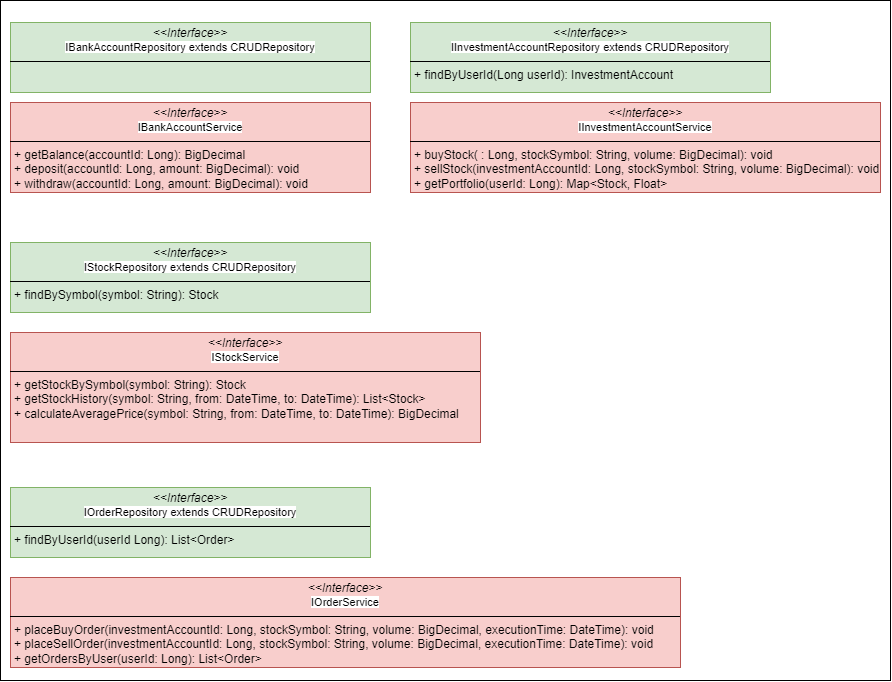
Earlier version of the draw.io export doc/diagrams/STACS_Finance_Interfaces.png (djthomann/FinancePepjekt). Source tidied: cells renumbered, new cells last; positions are measured from the earlier drawing's top-left corner, leaving out a move shared by most shapes.
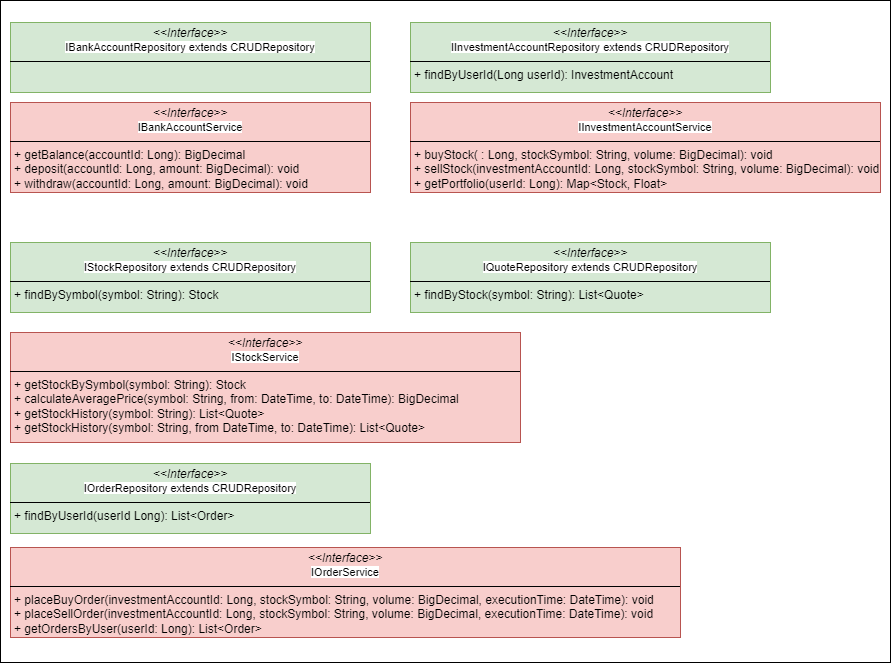
Above is the later version.

Commit message:
UPDATE: Add IQuoteRepository and StockHistory functions to IStockService

Diff of the diagram source:
```diff
@@ -3,7 +3,7 @@
     <mxCell id="0" />
     <mxCell id="1" parent="0" />
     <mxCell id="2" style="rounded=0;whiteSpace=wrap;html=1;" parent="1" vertex="1">
-      <mxGeometry width="890" height="680" as="geometry" />
+      <mxGeometry width="890" height="662" as="geometry" />
     </mxCell>
     <mxCell id="3" value="&lt;p style=&quot;margin:0px;margin-top:4px;text-align:center;&quot;&gt;&lt;i&gt;&amp;lt;&amp;lt;Interface&amp;gt;&amp;gt;&lt;/i&gt;&lt;br&gt;&lt;span style=&quot;font-size: 11px; text-wrap-mode: nowrap; background-color: rgb(255, 255, 255);&quot;&gt;IBankAccountRepository extends CRUDRepository&lt;/span&gt;&lt;/p&gt;&lt;hr size=&quot;1&quot; style=&quot;border-style:solid;&quot;&gt;&lt;p style=&quot;margin:0px;margin-left:4px;&quot;&gt;&lt;br&gt;&lt;/p&gt;" style="verticalAlign=top;align=left;overflow=fill;html=1;whiteSpace=wrap;fillColor=#d5e8d4;strokeColor=#82b366;" parent="1" vertex="1">
       <mxGeometry x="10" y="22" width="360" height="70" as="geometry" />
@@ -14,8 +14,8 @@
     <mxCell id="5" value="&lt;p style=&quot;margin:0px;margin-top:4px;text-align:center;&quot;&gt;&lt;i&gt;&amp;lt;&amp;lt;Interface&amp;gt;&amp;gt;&lt;/i&gt;&lt;br&gt;&lt;span style=&quot;font-size: 11px; text-wrap-mode: nowrap; background-color: rgb(255, 255, 255);&quot;&gt;IStockRepository extends CRUDRepository&lt;/span&gt;&lt;/p&gt;&lt;hr size=&quot;1&quot; style=&quot;border-style:solid;&quot;&gt;&lt;p style=&quot;margin:0px;margin-left:4px;&quot;&gt;+ findBySymbol(symbol: String): Stock&lt;/p&gt;" style="verticalAlign=top;align=left;overflow=fill;html=1;whiteSpace=wrap;fillColor=#d5e8d4;strokeColor=#82b366;" parent="1" vertex="1">
       <mxGeometry x="10" y="242" width="360" height="70" as="geometry" />
     </mxCell>
-    <mxCell id="6" value="&lt;p style=&quot;margin:0px;margin-top:4px;text-align:center;&quot;&gt;&lt;i&gt;&amp;lt;&amp;lt;Interface&amp;gt;&amp;gt;&lt;/i&gt;&lt;br&gt;&lt;span style=&quot;font-size: 11px; text-wrap-mode: nowrap; background-color: rgb(255, 255, 255);&quot;&gt;IStockService&lt;/span&gt;&lt;/p&gt;&lt;hr size=&quot;1&quot; style=&quot;border-style:solid;&quot;&gt;&lt;p style=&quot;margin:0px;margin-left:4px;&quot;&gt;+ getStockBySymbol(symbol: String): Stock&lt;/p&gt;&lt;p style=&quot;margin:0px;margin-left:4px;&quot;&gt;+ getStockHistory(symbol: String, from: DateTime, to: DateTime): List&amp;lt;Stock&amp;gt;&lt;/p&gt;&lt;p style=&quot;margin:0px;margin-left:4px;&quot;&gt;+ calculateAveragePrice(symbol: String,&amp;nbsp;&lt;span style=&quot;background-color: initial;&quot;&gt;from: DateTime, to: DateTime): BigDecimal&lt;/span&gt;&lt;/p&gt;" style="verticalAlign=top;align=left;overflow=fill;html=1;whiteSpace=wrap;fillColor=#f8cecc;strokeColor=#b85450;" parent="1" vertex="1">
-      <mxGeometry x="10" y="332" width="470" height="110" as="geometry" />
+    <mxCell id="6" value="&lt;p style=&quot;margin:0px;margin-top:4px;text-align:center;&quot;&gt;&lt;i&gt;&amp;lt;&amp;lt;Interface&amp;gt;&amp;gt;&lt;/i&gt;&lt;br&gt;&lt;span style=&quot;font-size: 11px; text-wrap-mode: nowrap; background-color: rgb(255, 255, 255);&quot;&gt;IStockService&lt;/span&gt;&lt;/p&gt;&lt;hr size=&quot;1&quot; style=&quot;border-style:solid;&quot;&gt;&lt;p style=&quot;margin:0px;margin-left:4px;&quot;&gt;+ getStockBySymbol(symbol: String): Stock&lt;/p&gt;&lt;p style=&quot;margin:0px;margin-left:4px;&quot;&gt;+ calculateAveragePrice(symbol: String,&amp;nbsp;&lt;span style=&quot;background-color: initial;&quot;&gt;from: DateTime, to: DateTime): BigDecimal&lt;/span&gt;&lt;/p&gt;&lt;p style=&quot;margin:0px;margin-left:4px;&quot;&gt;&lt;span style=&quot;background-color: initial;&quot;&gt;+ getStockHistory(symbol: String): List&amp;lt;Quote&amp;gt;&lt;/span&gt;&lt;/p&gt;&lt;p style=&quot;margin:0px;margin-left:4px;&quot;&gt;&lt;span style=&quot;background-color: initial;&quot;&gt;+ getStockHistory(symbol: String, from DateTime, to: DateTime): List&amp;lt;Quote&amp;gt;&lt;/span&gt;&lt;/p&gt;" style="verticalAlign=top;align=left;overflow=fill;html=1;whiteSpace=wrap;fillColor=#f8cecc;strokeColor=#b85450;" parent="1" vertex="1">
+      <mxGeometry x="10" y="332" width="510" height="110" as="geometry" />
     </mxCell>
     <mxCell id="7" value="&lt;p style=&quot;margin:0px;margin-top:4px;text-align:center;&quot;&gt;&lt;i&gt;&amp;lt;&amp;lt;Interface&amp;gt;&amp;gt;&lt;/i&gt;&lt;br&gt;&lt;span style=&quot;font-size: 11px; text-wrap-mode: nowrap; background-color: rgb(255, 255, 255);&quot;&gt;IInvestmentAccountRepository extends CRUDRepository&lt;/span&gt;&lt;/p&gt;&lt;hr size=&quot;1&quot; style=&quot;border-style:solid;&quot;&gt;&lt;p style=&quot;margin:0px;margin-left:4px;&quot;&gt;+ findByUserId(Long userId): InvestmentAccount&lt;/p&gt;" style="verticalAlign=top;align=left;overflow=fill;html=1;whiteSpace=wrap;fillColor=#d5e8d4;strokeColor=#82b366;" parent="1" vertex="1">
       <mxGeometry x="410" y="22" width="360" height="70" as="geometry" />
@@ -24,10 +24,13 @@
       <mxGeometry x="410" y="102" width="470" height="90" as="geometry" />
     </mxCell>
     <mxCell id="9" value="&lt;p style=&quot;margin:0px;margin-top:4px;text-align:center;&quot;&gt;&lt;i&gt;&amp;lt;&amp;lt;Interface&amp;gt;&amp;gt;&lt;/i&gt;&lt;br&gt;&lt;span style=&quot;font-size: 11px; text-wrap-mode: nowrap; background-color: rgb(255, 255, 255);&quot;&gt;IOrderService&lt;/span&gt;&lt;/p&gt;&lt;hr size=&quot;1&quot; style=&quot;border-style:solid;&quot;&gt;&lt;p style=&quot;margin:0px;margin-left:4px;&quot;&gt;+ placeBuyOrder(investmentAccountId: Long, stockSymbol: String, volume: BigDecimal, executionTime: DateTime): void&lt;/p&gt;&lt;p style=&quot;margin:0px;margin-left:4px;&quot;&gt;+ placeSellOrder(investmentAccountId: Long, stockSymbol: String,&amp;nbsp;volume:&amp;nbsp;BigDecimal&lt;span style=&quot;background-color: initial;&quot;&gt;,&amp;nbsp;&lt;/span&gt;&lt;span style=&quot;background-color: initial;&quot;&gt;executionTime: DateTime&lt;/span&gt;&lt;span style=&quot;background-color: initial;&quot;&gt;): void&lt;/span&gt;&lt;/p&gt;&lt;p style=&quot;margin:0px;margin-left:4px;&quot;&gt;&lt;span style=&quot;background-color: initial;&quot;&gt;+ getOrdersByUser(userId: Long): List&amp;lt;Order&amp;gt;&lt;/span&gt;&lt;/p&gt;" style="verticalAlign=top;align=left;overflow=fill;html=1;whiteSpace=wrap;fillColor=#f8cecc;strokeColor=#b85450;" parent="1" vertex="1">
-      <mxGeometry x="10" y="577" width="670" height="90" as="geometry" />
+      <mxGeometry x="10" y="547" width="670" height="90" as="geometry" />
     </mxCell>
     <mxCell id="10" value="&lt;p style=&quot;margin:0px;margin-top:4px;text-align:center;&quot;&gt;&lt;i&gt;&amp;lt;&amp;lt;Interface&amp;gt;&amp;gt;&lt;/i&gt;&lt;br&gt;&lt;span style=&quot;font-size: 11px; text-wrap-mode: nowrap; background-color: rgb(255, 255, 255);&quot;&gt;IOrderRepository extends CRUDRepository&lt;/span&gt;&lt;/p&gt;&lt;hr size=&quot;1&quot; style=&quot;border-style:solid;&quot;&gt;&lt;p style=&quot;margin:0px;margin-left:4px;&quot;&gt;+ findByUserId(userId Long): List&amp;lt;Order&amp;gt;&lt;/p&gt;" style="verticalAlign=top;align=left;overflow=fill;html=1;whiteSpace=wrap;fillColor=#d5e8d4;strokeColor=#82b366;" parent="1" vertex="1">
-      <mxGeometry x="10" y="487" width="360" height="70" as="geometry" />
+      <mxGeometry x="10" y="463" width="360" height="70" as="geometry" />
     </mxCell>
+    <mxCell id="11" value="&lt;p style=&quot;margin:0px;margin-top:4px;text-align:center;&quot;&gt;&lt;i&gt;&amp;lt;&amp;lt;Interface&amp;gt;&amp;gt;&lt;/i&gt;&lt;br&gt;&lt;span style=&quot;font-size: 11px; text-wrap-mode: nowrap; background-color: rgb(255, 255, 255);&quot;&gt;IQuoteRepository extends CRUDRepository&lt;/span&gt;&lt;/p&gt;&lt;hr size=&quot;1&quot; style=&quot;border-style:solid;&quot;&gt;&lt;p style=&quot;margin:0px;margin-left:4px;&quot;&gt;+ findByStock(symbol: String): List&amp;lt;Quote&amp;gt;&lt;/p&gt;" style="verticalAlign=top;align=left;overflow=fill;html=1;whiteSpace=wrap;fillColor=#d5e8d4;strokeColor=#82b366;" parent="1" vertex="1">
+      <mxGeometry x="410" y="242" width="360" height="70" as="geometry" />
+    </mxCell>
   </root>
 </mxGraphModel>
```
